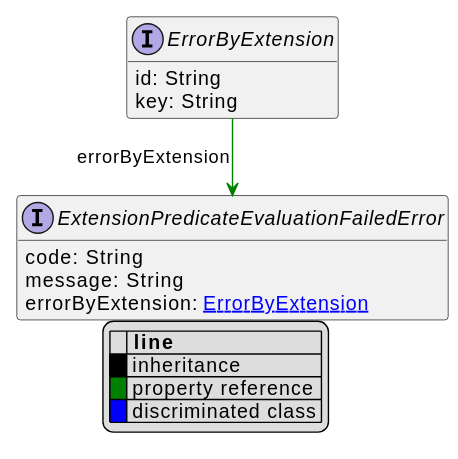
commercetools/commercetools-api-reference keeps this PlantUML diagram as uml/api/svg/ErrorByExtension.svg. Above is the earlier version.
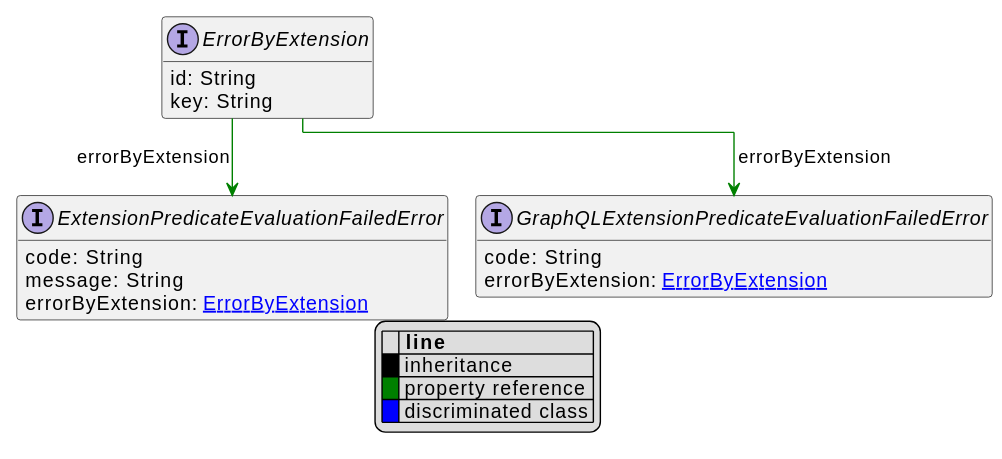
Later version of the same file.

What changed in the source:
```diff
@@ -20,6 +20,11 @@
     message: String
     errorByExtension: [[ErrorByExtension.svg ErrorByExtension]]
 }
+interface GraphQLExtensionPredicateEvaluationFailedError [[GraphQLExtensionPredicateEvaluationFailedError.svg]]  {
+    code: String
+    errorByExtension: [[ErrorByExtension.svg ErrorByExtension]]
+}
 
 ErrorByExtension --> ExtensionPredicateEvaluationFailedError #green;text:green : "errorByExtension"
+ErrorByExtension --> GraphQLExtensionPredicateEvaluationFailedError #green;text:green : "errorByExtension"
 @enduml
```
